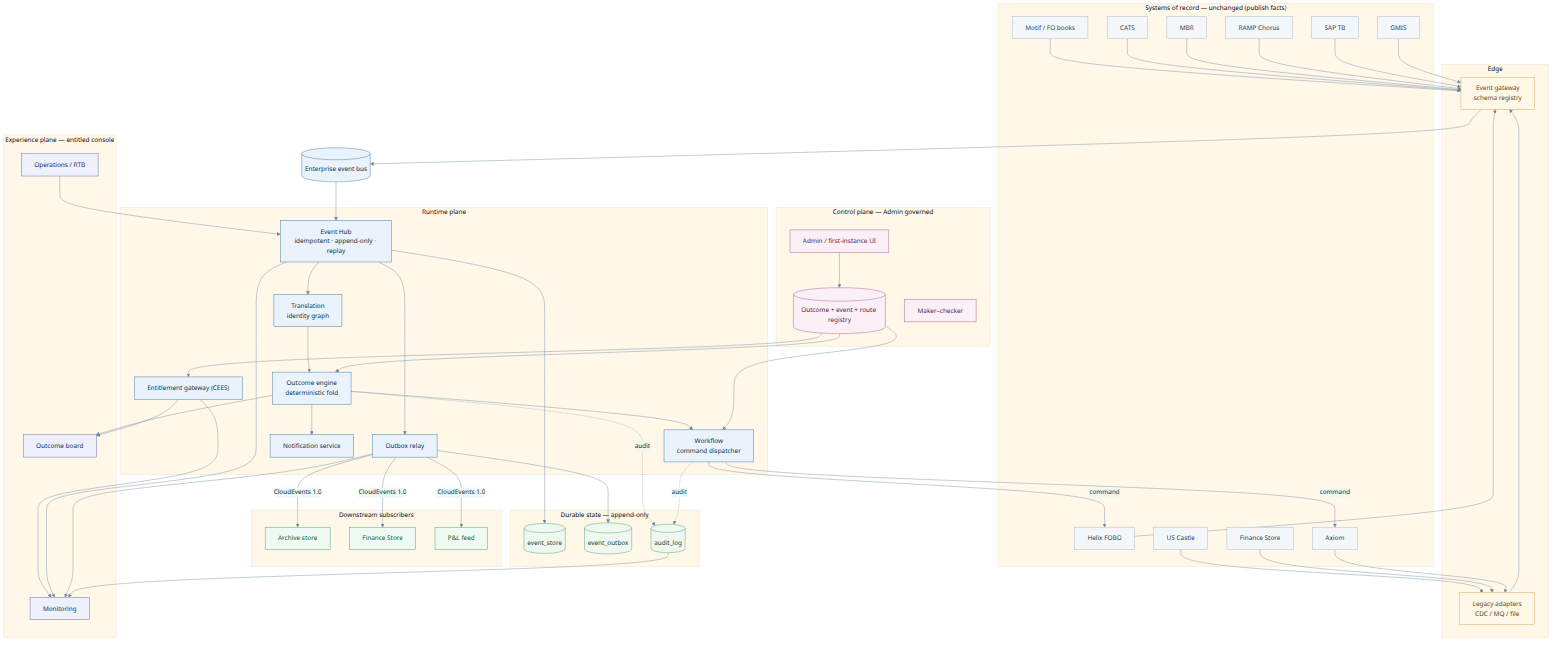
This is docs/exec/diagrams/01-enterprise-context.png from praveen2025work/onefinuxdemo, a Mermaid export, as it was before one commit. Its source is kept beside it as docs/exec/diagrams/01-enterprise-context.mmd. The source it was exported from:
```mermaid
flowchart TB
  classDef sor fill:#f4f7fa,stroke:#9fb3c6,color:#243b4d;
  classDef edge fill:#fff7e8,stroke:#d0a24a,color:#5a4412;
  classDef run fill:#eaf3fb,stroke:#2b6ea3,color:#0b2f4a;
  classDef store fill:#eef7f0,stroke:#3f9d63,color:#12492a;
  classDef down fill:#effaf3,stroke:#2f9d67,color:#0e5a37;
  classDef ux fill:#eef0fb,stroke:#5b5fb0,color:#23255e;
  classDef ctrl fill:#faf0f6,stroke:#a8508a,color:#5c2049;

  subgraph SOR["Systems of record — unchanged (publish facts)"]
    direction LR
    Motif["Motif / FO books"]
    CATS["CATS"]
    MBR["MBR"]
    Helix["Helix FOBO"]
    RAMP["RAMP Chorus"]
    SAP["SAP TB"]
    GMIS["GMIS"]
    Castle["US Castle"]
    FinStore["Finance Store"]
    Axiom["Axiom"]
  end

  subgraph EDGE["Edge"]
    GW["Event gateway<br/>schema registry"]
    ADP["Legacy adapters<br/>CDC / MQ / file"]
  end

  BUS[("Enterprise event bus")]

  subgraph CTRL["Control plane — Admin governed"]
    ADMIN["Admin / first-instance UI"]
    REG[("Outcome + event + route registry")]
    MK["Maker–checker"]
  end

  subgraph RUN["Runtime plane"]
    HUB["Event Hub<br/>idempotent · append-only · replay"]
    XL["Translation<br/>identity graph"]
    ENG["Outcome engine<br/>deterministic fold"]
    WF["Workflow<br/>command dispatcher"]
    OBX["Outbox relay"]
    NTF["Notification service"]
    ENT["Entitlement gateway (CEES)"]
  end

  subgraph DATA["Durable state — append-only"]
    ES[("event_store")]
    OB[("event_outbox")]
    AUD[("audit_log")]
  end

  subgraph DOWN["Downstream subscribers"]
    ARC["Archive store"]
    FS["Finance Store"]
    PNL["P&L feed"]
  end

  subgraph UX["Experience plane — entitled console"]
    BOARD["Outcome board"]
    OPS["Operations / RTB"]
    MON["Monitoring"]
  end

  Motif --> GW
  CATS --> GW
  MBR --> GW
  Helix --> GW
  RAMP --> GW
  SAP --> GW
  GMIS --> GW
  Castle --> ADP
  FinStore --> ADP
  Axiom --> ADP
  ADP --> GW
  GW --> BUS
  BUS --> HUB
  HUB --> XL
  XL --> ENG
  ENG --> WF
  WF -->|command| Helix
  WF -->|command| Axiom
  HUB --> ES
  HUB --> OBX
  OBX --> OB
  OBX -->|CloudEvents 1.0| ARC
  OBX -->|CloudEvents 1.0| FS
  OBX -->|CloudEvents 1.0| PNL
  ENG --> NTF
  ENG -. audit .-> AUD
  WF -. audit .-> AUD
  ADMIN --> REG
  REG --> ENG
  REG --> WF
  REG --> ENT
  ENG --> BOARD
  ENT --> BOARD
  ENT --> MON
  HUB --> MON
  OBX --> MON
  AUD --> MON
  OPS --> HUB

  class Motif,CATS,MBR,Helix,RAMP,SAP,GMIS,Castle,FinStore,Axiom sor
  class GW,ADP edge
  class HUB,XL,ENG,WF,OBX,NTF,ENT run
  class ES,OB,AUD store
  class ARC,FS,PNL down
  class BOARD,OPS,MON ux
  class ADMIN,REG,MK ctrl
```
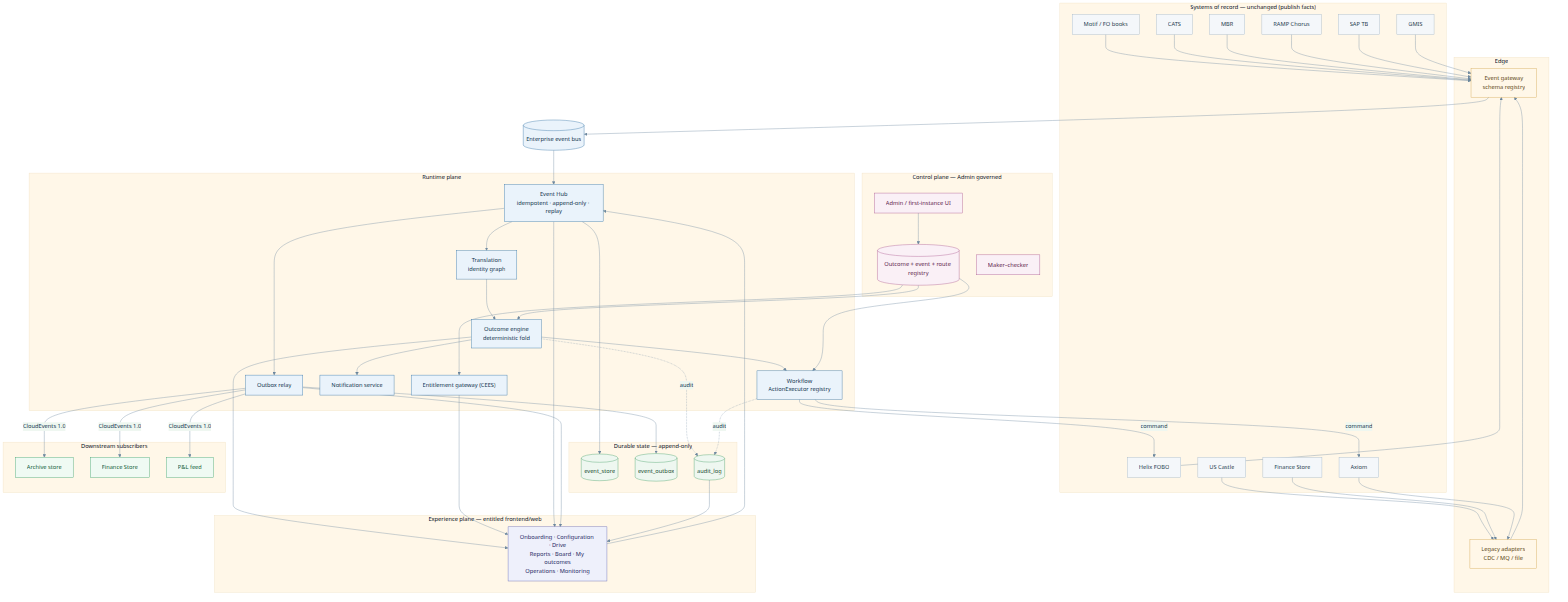
After the change.

Diff of the diagram source:
```diff
@@ -38,7 +38,7 @@
     HUB["Event Hub<br/>idempotent · append-only · replay"]
     XL["Translation<br/>identity graph"]
     ENG["Outcome engine<br/>deterministic fold"]
-    WF["Workflow<br/>command dispatcher"]
+    WF["Workflow<br/>ActionExecutor registry"]
     OBX["Outbox relay"]
     NTF["Notification service"]
     ENT["Entitlement gateway (CEES)"]
@@ -56,10 +56,8 @@
     PNL["P&L feed"]
   end
 
-  subgraph UX["Experience plane — entitled console"]
-    BOARD["Outcome board"]
-    OPS["Operations / RTB"]
-    MON["Monitoring"]
+  subgraph UX["Experience plane — entitled frontend/web"]
+    CONSOLE["Onboarding · Configuration · Drive<br/>Reports · Board · My outcomes<br/>Operations · Monitoring"]
   end
 
   Motif --> GW
@@ -93,18 +91,17 @@
   REG --> ENG
   REG --> WF
   REG --> ENT
-  ENG --> BOARD
-  ENT --> BOARD
-  ENT --> MON
-  HUB --> MON
-  OBX --> MON
-  AUD --> MON
-  OPS --> HUB
+  ENG --> CONSOLE
+  ENT --> CONSOLE
+  HUB --> CONSOLE
+  OBX --> CONSOLE
+  AUD --> CONSOLE
+  CONSOLE --> HUB
 
   class Motif,CATS,MBR,Helix,RAMP,SAP,GMIS,Castle,FinStore,Axiom sor
   class GW,ADP edge
   class HUB,XL,ENG,WF,OBX,NTF,ENT run
   class ES,OB,AUD store
   class ARC,FS,PNL down
-  class BOARD,OPS,MON ux
+  class CONSOLE ux
   class ADMIN,REG,MK ctrl
```
